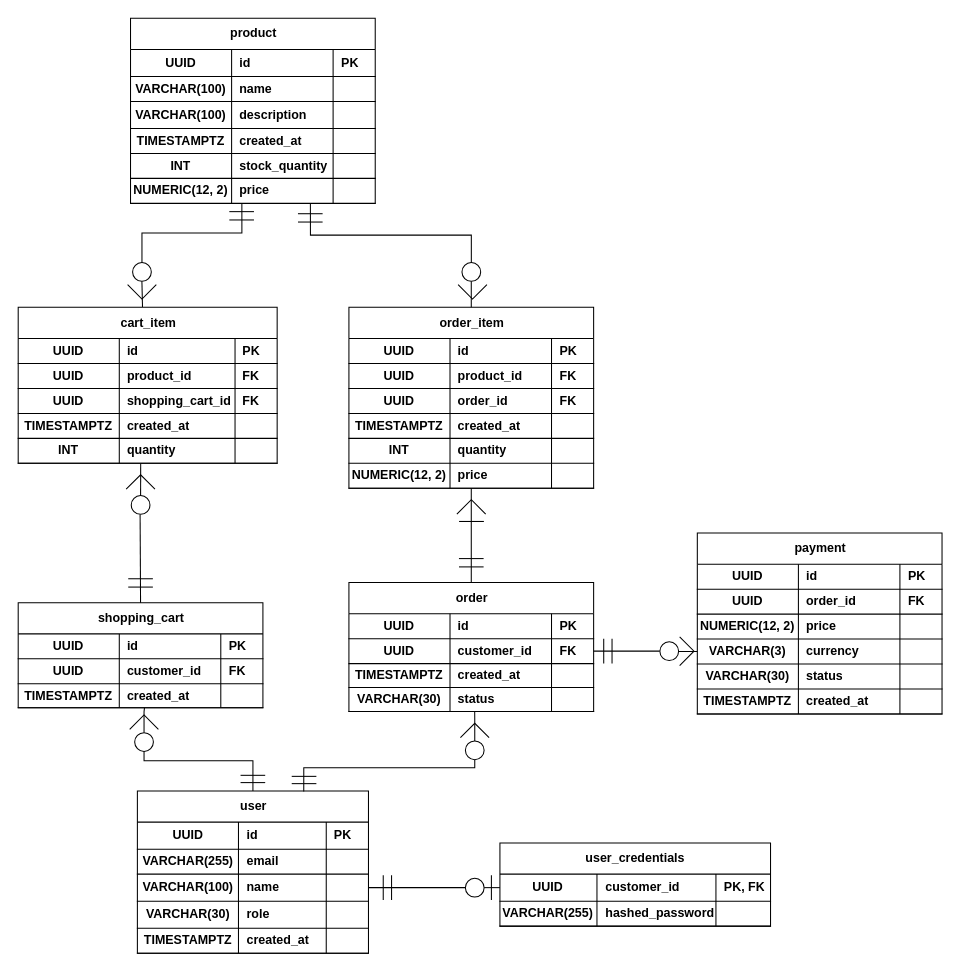
Above: docs/diagrams/ER-diagram.drawio in DavydCodari/OrderCore (draw.io), before the change. Source tidied: cells renumbered, new cells numbered last; positions are measured from the earlier drawing's top-left corner, leaving out a move shared by most shapes. Both pictures are drawn from the tidied source at 104%, with x=0, y=0 at pixel (18, 18).
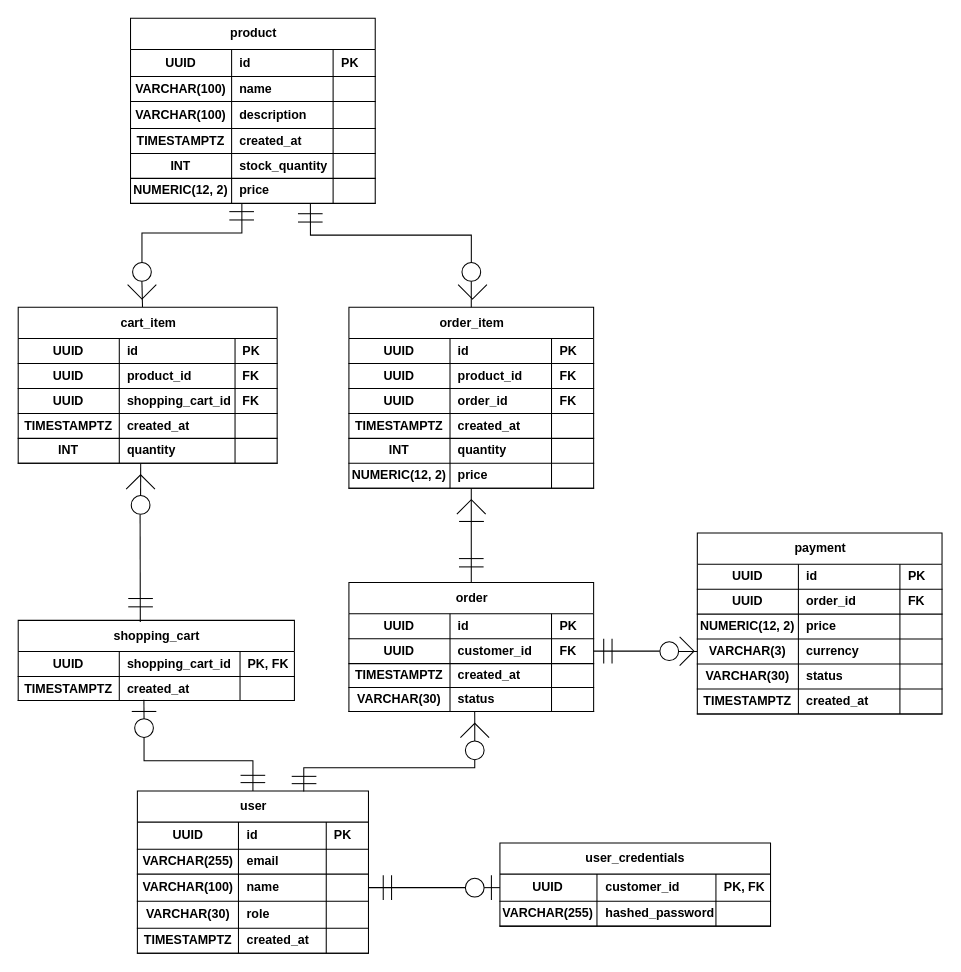
After the change.

Commit message (it also covers changes not shown here):
refactor(shopping_cart): shoppint_cart - users relation is now OneToONe, shopping_cart entity now has PK and FK in the same field that is provided by the users_id. Add appropriate flyway migration

Unchanged cells that the change refers to:
```xml
<mxCell id="206" style="ellipse;whiteSpace=wrap;html=1;shapeInside=1;" parent="1" vertex="1">
  <mxGeometry x="108.7" y="459" width="18" height="18" as="geometry" />
</mxCell>
```

What changed in the source:
```diff
@@
     <mxCell id="179" value="shopping_cart" style="shape=table;startSize=30;childLayout=tableLayout;rowLines=0;fontStyle=1;align=center;fontColor=default;textShadow=0;html=1;verticalAlign=middle;" parent="1" vertex="1">
-      <mxGeometry y="562" width="235.3" height="101" as="geometry" />
+      <mxGeometry y="579" width="265.6" height="77" as="geometry" />
     </mxCell>
-    <mxCell id="180" style="shape=tableRow;horizontal=0;startSize=0;swimlaneHead=0;swimlaneBody=0;fillColor=none;top=0;left=0;right=0;bottom=1;" parent="179" vertex="1">
-      <mxGeometry y="30" width="235.3" height="24" as="geometry" />
-    </mxCell>
-    <mxCell id="181" value="UUID" style="shape=partialRectangle;fillColor=none;top=0;left=0;bottom=0;right=0;fontStyle=1;overflow=hidden;whiteSpace=wrap;html=1;" parent="180" vertex="1">
-      <mxGeometry width="97.2" height="24" as="geometry" />
-    </mxCell>
-    <mxCell id="182" value="id" style="shape=partialRectangle;fillColor=none;top=0;left=0;bottom=0;right=0;align=left;spacingLeft=6;fontStyle=1;overflow=hidden;whiteSpace=wrap;html=1;" parent="180" vertex="1">
-      <mxGeometry x="97.2" width="97.6" height="24" as="geometry" />
-    </mxCell>
-    <mxCell id="183" value="PK" style="shape=partialRectangle;fillColor=none;top=0;left=0;bottom=0;right=0;align=left;spacingLeft=6;fontStyle=1;overflow=hidden;whiteSpace=wrap;html=1;" parent="180" vertex="1">
-      <mxGeometry x="194.8" width="40.6" height="24" as="geometry" />
-    </mxCell>
     <mxCell id="184" style="shape=tableRow;horizontal=0;startSize=0;swimlaneHead=0;swimlaneBody=0;fillColor=none;top=0;left=0;right=0;bottom=1;" parent="179" vertex="1">
-      <mxGeometry y="54" width="235.3" height="24" as="geometry" />
+      <mxGeometry y="30" width="265.6" height="24" as="geometry" />
     </mxCell>
@@
-    <mxCell id="186" value="customer_id" style="shape=partialRectangle;fillColor=none;top=0;left=0;bottom=0;right=0;align=left;spacingLeft=6;fontStyle=1;overflow=hidden;whiteSpace=wrap;html=1;" parent="184" vertex="1">
-      <mxGeometry x="97.2" width="97.6" height="24" as="geometry" />
+    <mxCell id="186" value="shopping_cart_id" style="shape=partialRectangle;fillColor=none;top=0;left=0;bottom=0;right=0;align=left;spacingLeft=6;fontStyle=1;overflow=hidden;whiteSpace=wrap;html=1;" parent="184" vertex="1">
+      <mxGeometry x="97.2" width="116.1" height="24" as="geometry" />
     </mxCell>
-    <mxCell id="187" value="FK" style="shape=partialRectangle;fillColor=none;top=0;left=0;bottom=0;right=0;align=left;spacingLeft=6;fontStyle=1;overflow=hidden;whiteSpace=wrap;html=1;" parent="184" vertex="1">
-      <mxGeometry x="194.8" width="40.6" height="24" as="geometry" />
+    <mxCell id="187" value="PK, FK" style="shape=partialRectangle;fillColor=none;top=0;left=0;bottom=0;right=0;align=left;spacingLeft=6;fontStyle=1;overflow=hidden;whiteSpace=wrap;html=1;" parent="184" vertex="1">
+      <mxGeometry x="213.3" width="52.3" height="24" as="geometry" />
     </mxCell>
     <mxCell id="188" style="shape=tableRow;horizontal=0;startSize=0;swimlaneHead=0;swimlaneBody=0;fillColor=none;points=[[0,0.5],[1,0.5]];portConstraint=eastwest;top=0;left=0;right=0;bottom=1;" parent="179" vertex="1">
-      <mxGeometry y="78" width="235.3" height="23" as="geometry" />
+      <mxGeometry y="54" width="265.6" height="23" as="geometry" />
     </mxCell>
@@
     <mxCell id="190" value="created_at" style="shape=partialRectangle;fillColor=none;top=0;left=0;bottom=0;right=0;align=left;spacingLeft=6;fontStyle=1;overflow=hidden;whiteSpace=wrap;html=1;" parent="188" vertex="1">
-      <mxGeometry x="97.2" width="97.6" height="23" as="geometry" />
+      <mxGeometry x="97.2" width="116.1" height="23" as="geometry" />
     </mxCell>
     <mxCell id="191" style="shape=partialRectangle;fillColor=none;top=0;left=0;bottom=0;right=0;align=left;spacingLeft=6;fontStyle=5;overflow=hidden;whiteSpace=wrap;html=1;" parent="188" vertex="1">
-      <mxGeometry x="194.8" width="40.6" height="23" as="geometry" />
+      <mxGeometry x="213.3" width="52.3" height="23" as="geometry" />
     </mxCell>
-    <mxCell id="192" style="endArrow=none;html=1;rounded=0;defaultLabelBackgroundColor=page;labelPadding=0 4;" parent="1" edge="1">
-      <mxGeometry x="-0.08" relative="1" as="geometry">
-        <mxPoint x="134.8" y="683.8" as="sourcePoint" />
-        <mxPoint x="107.2" y="683.8" as="targetPoint" />
-        <Array as="points">
-          <mxPoint x="121" y="670" />
-        </Array>
-      </mxGeometry>
-    </mxCell>
@@
     <mxCell id="194" style="endArrow=none;html=1;rounded=0;defaultLabelBackgroundColor=page;labelPadding=0 4;" parent="1" edge="1">
       <mxGeometry relative="1" as="geometry">
-        <mxPoint x="105.8" y="539" as="sourcePoint" />
-        <mxPoint x="129.5" y="539" as="targetPoint" />
+        <mxPoint x="105.8" y="558" as="sourcePoint" />
+        <mxPoint x="129.5" y="558" as="targetPoint" />
       </mxGeometry>
     </mxCell>
     <mxCell id="195" style="endArrow=none;html=1;rounded=0;defaultLabelBackgroundColor=page;labelPadding=0 4;" parent="1" edge="1">
       <mxGeometry relative="1" as="geometry">
-        <mxPoint x="105.8" y="547" as="sourcePoint" />
-        <mxPoint x="129.5" y="547" as="targetPoint" />
+        <mxPoint x="105.8" y="566" as="sourcePoint" />
+        <mxPoint x="129.5" y="566" as="targetPoint" />
       </mxGeometry>
     </mxCell>
-    <mxCell id="196" style="edgeStyle=orthogonalEdgeStyle;rounded=0;jettySize=auto;html=1;entryX=0.516;entryY=1.007;entryDx=0;entryDy=0;entryPerimeter=0;defaultLabelBackgroundColor=page;labelPadding=0 4;endArrow=none;endFill=0;" parent="1" edge="1" source="198" target="188">
-      <mxGeometry relative="1" as="geometry" />
-    </mxCell>
@@
     <mxCell id="198" style="ellipse;whiteSpace=wrap;html=1;shapeInside=1;" parent="1" vertex="1">
-      <mxGeometry x="112" y="687" width="18" height="18" as="geometry" />
+      <mxGeometry x="112" y="673.6" width="18" height="18" as="geometry" />
     </mxCell>
@@
-    <mxCell id="204" style="endArrow=none;html=1;rounded=0;defaultLabelBackgroundColor=page;labelPadding=0 4;exitX=0.473;exitY=1.015;exitDx=0;exitDy=0;exitPerimeter=0;entryX=0.5;entryY=0;entryDx=0;entryDy=0;" parent="1" edge="1" source="206" target="179">
+    <mxCell id="204" style="endArrow=none;html=1;rounded=0;defaultLabelBackgroundColor=page;labelPadding=0 4;exitX=0.473;exitY=1.015;exitDx=0;exitDy=0;exitPerimeter=0;entryX=0.442;entryY=0.021;entryDx=0;entryDy=0;entryPerimeter=0;" parent="1" edge="1" source="206" target="179">
       <mxGeometry relative="1" as="geometry" />
     </mxCell>
@@
+    <mxCell id="207" style="endArrow=none;html=1;rounded=0;defaultLabelBackgroundColor=page;labelPadding=0 4;" parent="1" edge="1">
+      <mxGeometry relative="1" as="geometry">
+        <mxPoint x="109.2" y="666.6" as="sourcePoint" />
+        <mxPoint x="132.8" y="666.6" as="targetPoint" />
+      </mxGeometry>
+    </mxCell>
+    <mxCell id="196" style="edgeStyle=orthogonalEdgeStyle;rounded=0;jettySize=auto;html=1;exitX=0.5;exitY=0;exitDx=0;exitDy=0;entryX=0.455;entryY=0.97;entryDx=0;entryDy=0;entryPerimeter=0;defaultLabelBackgroundColor=page;labelPadding=0 4;endArrow=none;endFill=0;" parent="1" edge="1" source="198" target="188">
+      <mxGeometry relative="1" as="geometry" />
+    </mxCell>
```
